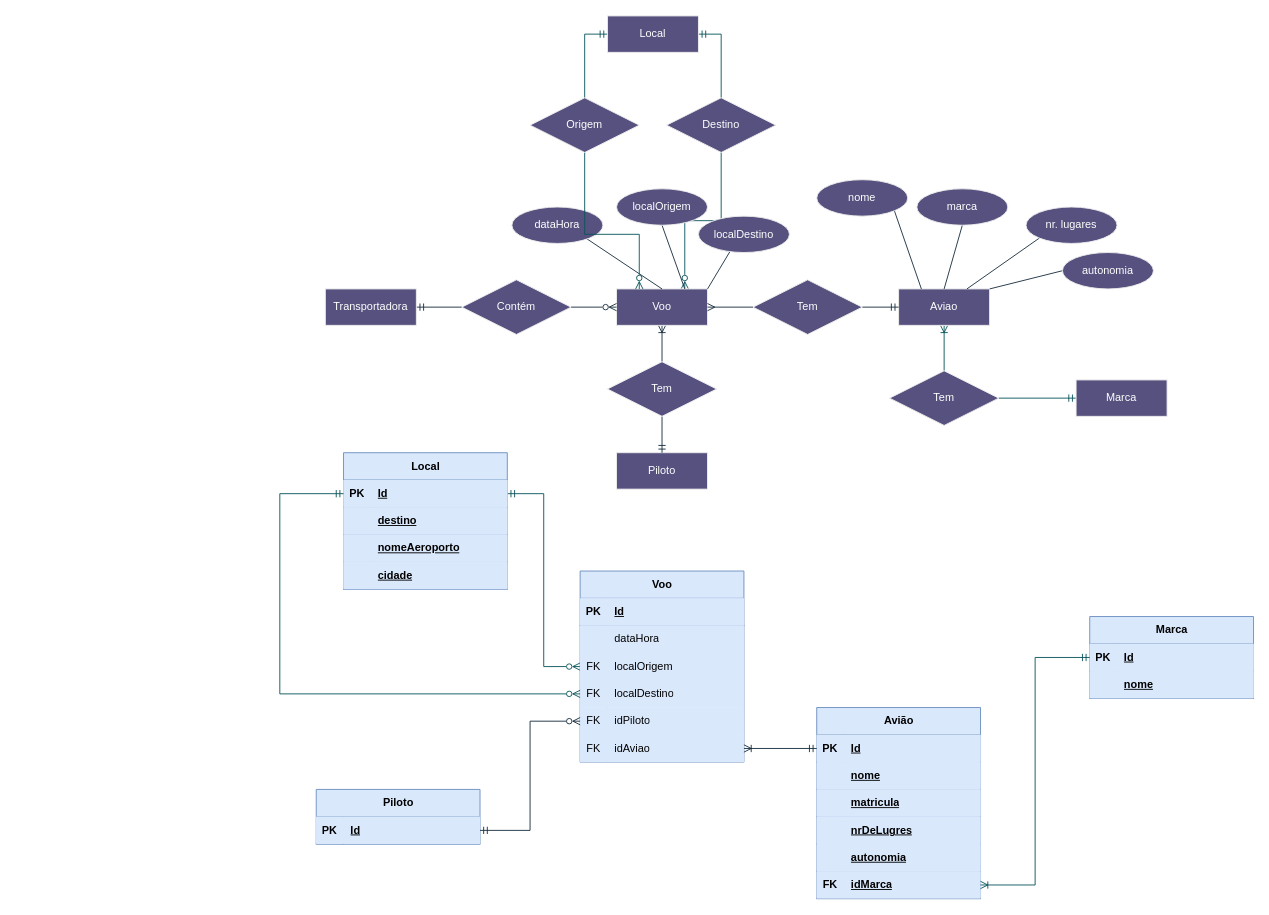
JoaoNuno96/Web-and-Mobile-Developer---CESAE keeps this draw.io diagram as page "Exerc.4" (3 of 5) of Base de dados/Exercicios/P02.drawio. Above is the earlier version. Source tidied: cells renumbered, new cells numbered last; positions are measured from the earlier drawing's top-left corner, leaving out a move shared by most shapes. Both pictures are drawn from the tidied source at 91%, with x=0, y=0 at pixel (279, 15).
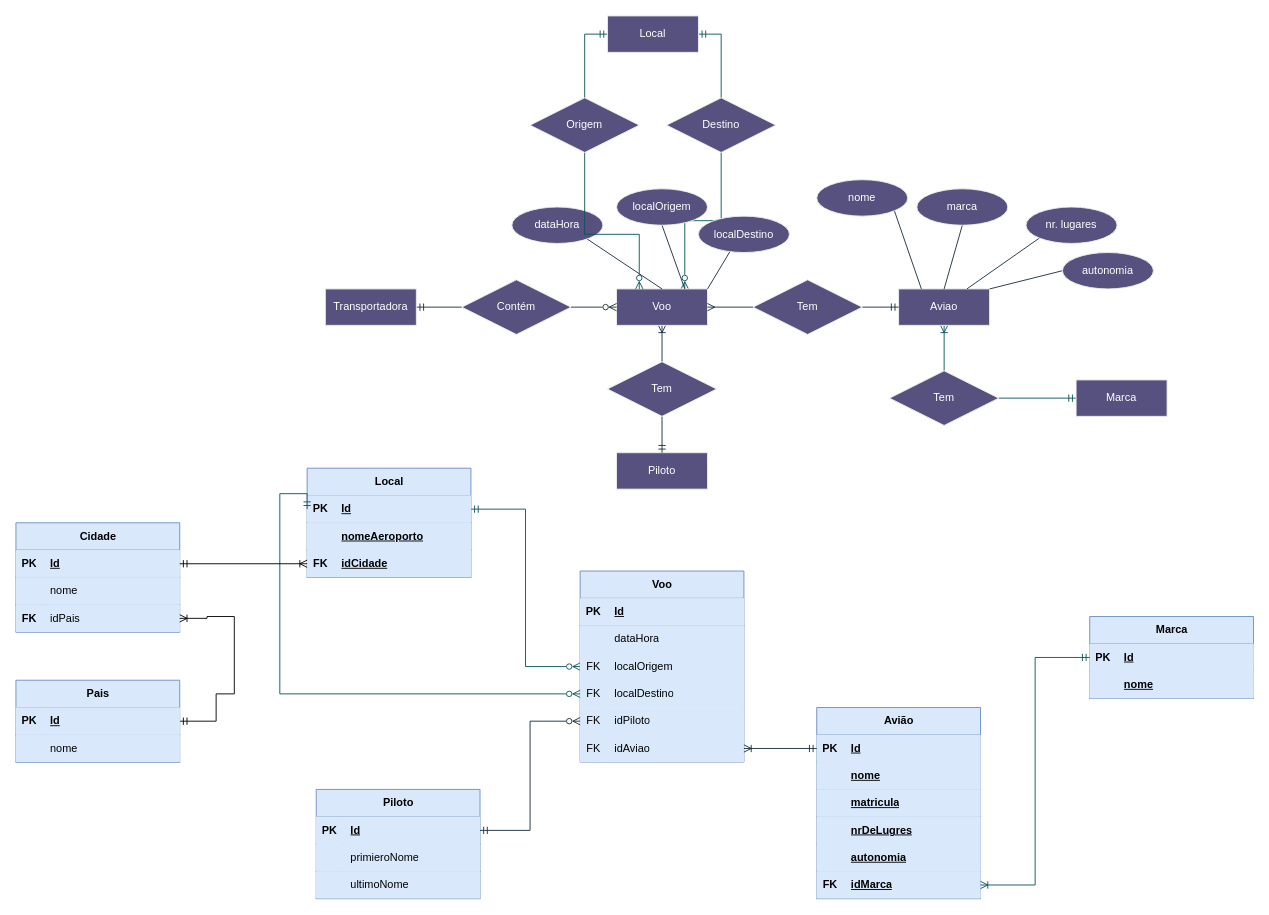
The same diagram, later.

Unchanged cells that the change refers to:
```xml
<mxCell id="42" style="shape=tableRow;horizontal=0;startSize=0;swimlaneHead=0;swimlaneBody=0;fillColor=#dae8fc;points=[[0,0.5],[1,0.5]];portConstraint=eastwest;top=0;left=0;right=0;bottom=0;strokeColor=#6c8ebf;" parent="32" vertex="1">
  <mxGeometry y="120" width="180" height="30" as="geometry" />
</mxCell>
<mxCell id="85" style="shape=tableRow;horizontal=0;startSize=0;swimlaneHead=0;swimlaneBody=0;fillColor=#dae8fc;points=[[0,0.5],[1,0.5]];portConstraint=eastwest;top=0;left=0;right=0;bottom=1;strokeColor=#6c8ebf;" parent="84" vertex="1">
  <mxGeometry y="30" width="180" height="30" as="geometry" />
</mxCell>
```

What changed in the source:
```diff
@@
     <mxCell id="51" value="Piloto" style="shape=table;startSize=30;childLayout=tableLayout;rowLines=0;fontStyle=1;align=center;html=1;fillColor=#dae8fc;strokeColor=#6c8ebf;" parent="1" vertex="1">
-      <mxGeometry x="40" y="850" width="180" height="60" as="geometry" />
+      <mxGeometry x="40" y="850" width="180" height="120" as="geometry" />
     </mxCell>
@@
+    <mxCell id="107" style="shape=tableRow;horizontal=0;startSize=0;swimlaneHead=0;swimlaneBody=0;fillColor=#dae8fc;top=0;left=0;right=0;bottom=1;strokeColor=#6c8ebf;" parent="51" vertex="1">
+      <mxGeometry y="60" width="180" height="30" as="geometry" />
+    </mxCell>
+    <mxCell id="108" style="shape=partialRectangle;fillColor=#dae8fc;top=0;left=0;bottom=0;right=0;fontStyle=1;overflow=hidden;whiteSpace=wrap;html=1;strokeColor=#6c8ebf;" parent="107" vertex="1">
+      <mxGeometry width="30" height="30" as="geometry" />
+    </mxCell>
+    <mxCell id="109" value="primieroNome" style="shape=partialRectangle;fillColor=#dae8fc;top=0;left=0;bottom=0;right=0;align=left;spacingLeft=6;fontStyle=0;overflow=hidden;whiteSpace=wrap;html=1;strokeColor=#6c8ebf;" parent="107" vertex="1">
+      <mxGeometry x="30" width="150" height="30" as="geometry" />
+    </mxCell>
+    <mxCell id="110" style="shape=tableRow;horizontal=0;startSize=0;swimlaneHead=0;swimlaneBody=0;fillColor=#dae8fc;top=0;left=0;right=0;bottom=1;strokeColor=#6c8ebf;" parent="51" vertex="1">
+      <mxGeometry y="90" width="180" height="30" as="geometry" />
+    </mxCell>
+    <mxCell id="111" style="shape=partialRectangle;fillColor=#dae8fc;top=0;left=0;bottom=0;right=0;fontStyle=1;overflow=hidden;whiteSpace=wrap;html=1;strokeColor=#6c8ebf;" parent="110" vertex="1">
+      <mxGeometry width="30" height="30" as="geometry" />
+    </mxCell>
+    <mxCell id="112" value="ultimoNome" style="shape=partialRectangle;fillColor=#dae8fc;top=0;left=0;bottom=0;right=0;align=left;spacingLeft=6;fontStyle=0;overflow=hidden;whiteSpace=wrap;html=1;strokeColor=#6c8ebf;" parent="110" vertex="1">
+      <mxGeometry x="30" width="150" height="30" as="geometry" />
+    </mxCell>
@@
     <mxCell id="84" value="Local" style="shape=table;startSize=30;childLayout=tableLayout;rowLines=0;fontStyle=1;align=center;html=1;fillColor=#dae8fc;strokeColor=#6c8ebf;" parent="1" vertex="1">
-      <mxGeometry x="70" y="480" width="180" height="150" as="geometry" />
+      <mxGeometry x="30" y="497" width="180" height="120" as="geometry" />
     </mxCell>
@@
-    <mxCell id="88" style="shape=tableRow;horizontal=0;startSize=0;swimlaneHead=0;swimlaneBody=0;fillColor=#dae8fc;top=0;left=0;right=0;bottom=1;strokeColor=#6c8ebf;" parent="84" vertex="1">
-      <mxGeometry y="60" width="180" height="30" as="geometry" />
-    </mxCell>
-    <mxCell id="89" style="shape=partialRectangle;fillColor=#dae8fc;top=0;left=0;bottom=0;right=0;fontStyle=1;overflow=hidden;whiteSpace=wrap;html=1;strokeColor=#6c8ebf;" parent="88" vertex="1">
-      <mxGeometry width="30" height="30" as="geometry" />
-    </mxCell>
-    <mxCell id="90" value="destino" style="shape=partialRectangle;fillColor=#dae8fc;top=0;left=0;bottom=0;right=0;align=left;spacingLeft=6;fontStyle=5;overflow=hidden;whiteSpace=wrap;html=1;strokeColor=#6c8ebf;" parent="88" vertex="1">
-      <mxGeometry x="30" width="150" height="30" as="geometry" />
-    </mxCell>
     <mxCell id="91" style="shape=tableRow;horizontal=0;startSize=0;swimlaneHead=0;swimlaneBody=0;fillColor=#dae8fc;top=0;left=0;right=0;bottom=1;strokeColor=#6c8ebf;" parent="84" vertex="1">
-      <mxGeometry y="90" width="180" height="30" as="geometry" />
+      <mxGeometry y="60" width="180" height="30" as="geometry" />
     </mxCell>
@@
     <mxCell id="94" style="shape=tableRow;horizontal=0;startSize=0;swimlaneHead=0;swimlaneBody=0;fillColor=#dae8fc;points=[[0,0.5],[1,0.5]];portConstraint=eastwest;top=0;left=0;right=0;bottom=1;strokeColor=#6c8ebf;" parent="84" vertex="1">
-      <mxGeometry y="120" width="180" height="30" as="geometry" />
+      <mxGeometry y="90" width="180" height="30" as="geometry" />
     </mxCell>
-    <mxCell id="95" style="shape=partialRectangle;fillColor=#dae8fc;top=0;left=0;bottom=0;right=0;fontStyle=1;overflow=hidden;whiteSpace=wrap;html=1;strokeColor=#6c8ebf;" parent="94" vertex="1">
+    <mxCell id="95" value="FK" style="shape=partialRectangle;fillColor=#dae8fc;top=0;left=0;bottom=0;right=0;fontStyle=1;overflow=hidden;whiteSpace=wrap;html=1;strokeColor=#6c8ebf;" parent="94" vertex="1">
       <mxGeometry width="30" height="30" as="geometry" />
     </mxCell>
-    <mxCell id="96" value="cidade" style="shape=partialRectangle;fillColor=#dae8fc;top=0;left=0;bottom=0;right=0;align=left;spacingLeft=6;fontStyle=5;overflow=hidden;whiteSpace=wrap;html=1;strokeColor=#6c8ebf;" parent="94" vertex="1">
+    <mxCell id="96" value="idCidade" style="shape=partialRectangle;fillColor=#dae8fc;top=0;left=0;bottom=0;right=0;align=left;spacingLeft=6;fontStyle=5;overflow=hidden;whiteSpace=wrap;html=1;strokeColor=#6c8ebf;" parent="94" vertex="1">
       <mxGeometry x="30" width="150" height="30" as="geometry" />
     </mxCell>
     <mxCell id="97" style="edgeStyle=orthogonalEdgeStyle;rounded=0;jettySize=auto;html=1;exitX=0;exitY=0.5;exitDx=0;exitDy=0;entryX=0;entryY=0.5;entryDx=0;entryDy=0;strokeColor=#09555b;fontColor=#1A1A1A;endArrow=ERmandOne;endFill=0;startArrow=ERzeroToMany;startFill=0;" parent="1" edge="1" source="42" target="85">
       <mxGeometry relative="1" as="geometry">
         <Array as="points">
           <mxPoint y="745" />
           <mxPoint y="525" />
+          <mxPoint x="30" y="525" />
         </Array>
       </mxGeometry>
     </mxCell>
@@
+    <mxCell id="113" value="Cidade" style="shape=table;startSize=30;childLayout=tableLayout;rowLines=0;fontStyle=1;align=center;html=1;fillColor=#dae8fc;strokeColor=#6c8ebf;" parent="1" vertex="1">
+      <mxGeometry x="-290" y="557" width="180" height="120" as="geometry" />
+    </mxCell>
+    <mxCell id="114" style="shape=tableRow;horizontal=0;startSize=0;swimlaneHead=0;swimlaneBody=0;fillColor=#dae8fc;points=[[0,0.5],[1,0.5]];portConstraint=eastwest;top=0;left=0;right=0;bottom=1;strokeColor=#6c8ebf;" parent="113" vertex="1">
+      <mxGeometry y="30" width="180" height="30" as="geometry" />
+    </mxCell>
+    <mxCell id="115" value="PK" style="shape=partialRectangle;fillColor=#dae8fc;top=0;left=0;bottom=0;right=0;fontStyle=1;overflow=hidden;whiteSpace=wrap;html=1;strokeColor=#6c8ebf;" parent="114" vertex="1">
+      <mxGeometry width="30" height="30" as="geometry" />
+    </mxCell>
+    <mxCell id="116" value="Id" style="shape=partialRectangle;fillColor=#dae8fc;top=0;left=0;bottom=0;right=0;align=left;spacingLeft=6;fontStyle=5;overflow=hidden;whiteSpace=wrap;html=1;strokeColor=#6c8ebf;" parent="114" vertex="1">
+      <mxGeometry x="30" width="150" height="30" as="geometry" />
+    </mxCell>
+    <mxCell id="117" style="shape=tableRow;horizontal=0;startSize=0;swimlaneHead=0;swimlaneBody=0;fillColor=#dae8fc;top=0;left=0;right=0;bottom=1;strokeColor=#6c8ebf;" parent="113" vertex="1">
+      <mxGeometry y="60" width="180" height="30" as="geometry" />
+    </mxCell>
+    <mxCell id="118" style="shape=partialRectangle;fillColor=#dae8fc;top=0;left=0;bottom=0;right=0;fontStyle=1;overflow=hidden;whiteSpace=wrap;html=1;strokeColor=#6c8ebf;" parent="117" vertex="1">
+      <mxGeometry width="30" height="30" as="geometry" />
+    </mxCell>
+    <mxCell id="119" value="nome" style="shape=partialRectangle;fillColor=#dae8fc;top=0;left=0;bottom=0;right=0;align=left;spacingLeft=6;fontStyle=0;overflow=hidden;whiteSpace=wrap;html=1;strokeColor=#6c8ebf;" parent="117" vertex="1">
+      <mxGeometry x="30" width="150" height="30" as="geometry" />
+    </mxCell>
+    <mxCell id="120" style="shape=tableRow;horizontal=0;startSize=0;swimlaneHead=0;swimlaneBody=0;fillColor=#dae8fc;points=[[0,0.5],[1,0.5]];portConstraint=eastwest;top=0;left=0;right=0;bottom=1;strokeColor=#6c8ebf;" parent="113" vertex="1">
+      <mxGeometry y="90" width="180" height="30" as="geometry" />
+    </mxCell>
+    <mxCell id="121" value="FK" style="shape=partialRectangle;fillColor=#dae8fc;top=0;left=0;bottom=0;right=0;fontStyle=1;overflow=hidden;whiteSpace=wrap;html=1;strokeColor=#6c8ebf;" parent="120" vertex="1">
+      <mxGeometry width="30" height="30" as="geometry" />
+    </mxCell>
+    <mxCell id="122" value="idPais" style="shape=partialRectangle;fillColor=#dae8fc;top=0;left=0;bottom=0;right=0;align=left;spacingLeft=6;fontStyle=0;overflow=hidden;whiteSpace=wrap;html=1;strokeColor=#6c8ebf;" parent="120" vertex="1">
+      <mxGeometry x="30" width="150" height="30" as="geometry" />
+    </mxCell>
+    <mxCell id="123" style="edgeStyle=orthogonalEdgeStyle;rounded=0;jettySize=auto;html=1;exitX=1;exitY=0.5;exitDx=0;exitDy=0;entryX=1;entryY=0.5;entryDx=0;entryDy=0;endArrow=ERoneToMany;endFill=0;startArrow=ERmandOne;startFill=0;" parent="1" edge="1" source="124" target="120">
+      <mxGeometry relative="1" as="geometry">
+        <Array as="points">
+          <mxPoint x="-70" y="775" />
+          <mxPoint x="-70" y="745" />
+          <mxPoint x="-50" y="745" />
+          <mxPoint x="-50" y="660" />
+          <mxPoint x="-80" y="660" />
+          <mxPoint x="-80" y="662" />
+        </Array>
+      </mxGeometry>
+    </mxCell>
+    <mxCell id="124" value="Pais" style="shape=table;startSize=30;childLayout=tableLayout;rowLines=0;fontStyle=1;align=center;html=1;fillColor=#dae8fc;strokeColor=#6c8ebf;" parent="1" vertex="1">
+      <mxGeometry x="-290" y="730" width="180" height="90" as="geometry" />
+    </mxCell>
+    <mxCell id="125" style="shape=tableRow;horizontal=0;startSize=0;swimlaneHead=0;swimlaneBody=0;fillColor=#dae8fc;top=0;left=0;right=0;bottom=1;strokeColor=#6c8ebf;" parent="124" vertex="1">
+      <mxGeometry y="30" width="180" height="30" as="geometry" />
+    </mxCell>
+    <mxCell id="126" value="PK" style="shape=partialRectangle;fillColor=#dae8fc;top=0;left=0;bottom=0;right=0;fontStyle=1;overflow=hidden;whiteSpace=wrap;html=1;strokeColor=#6c8ebf;" parent="125" vertex="1">
+      <mxGeometry width="30" height="30" as="geometry" />
+    </mxCell>
+    <mxCell id="127" value="Id" style="shape=partialRectangle;fillColor=#dae8fc;top=0;left=0;bottom=0;right=0;align=left;spacingLeft=6;fontStyle=5;overflow=hidden;whiteSpace=wrap;html=1;strokeColor=#6c8ebf;" parent="125" vertex="1">
+      <mxGeometry x="30" width="150" height="30" as="geometry" />
+    </mxCell>
+    <mxCell id="128" style="shape=tableRow;horizontal=0;startSize=0;swimlaneHead=0;swimlaneBody=0;fillColor=#dae8fc;top=0;left=0;right=0;bottom=1;strokeColor=#6c8ebf;" parent="124" vertex="1">
+      <mxGeometry y="60" width="180" height="30" as="geometry" />
+    </mxCell>
+    <mxCell id="129" style="shape=partialRectangle;fillColor=#dae8fc;top=0;left=0;bottom=0;right=0;fontStyle=1;overflow=hidden;whiteSpace=wrap;html=1;strokeColor=#6c8ebf;" parent="128" vertex="1">
+      <mxGeometry width="30" height="30" as="geometry" />
+    </mxCell>
+    <mxCell id="130" value="nome" style="shape=partialRectangle;fillColor=#dae8fc;top=0;left=0;bottom=0;right=0;align=left;spacingLeft=6;fontStyle=0;overflow=hidden;whiteSpace=wrap;html=1;strokeColor=#6c8ebf;" parent="128" vertex="1">
+      <mxGeometry x="30" width="150" height="30" as="geometry" />
+    </mxCell>
+    <mxCell id="131" style="edgeStyle=orthogonalEdgeStyle;rounded=0;jettySize=auto;html=1;exitX=1;exitY=0.5;exitDx=0;exitDy=0;entryX=0;entryY=0.5;entryDx=0;entryDy=0;endArrow=ERoneToMany;endFill=0;startArrow=ERmandOne;startFill=0;" parent="1" edge="1" source="114" target="94">
+      <mxGeometry relative="1" as="geometry" />
+    </mxCell>
```
